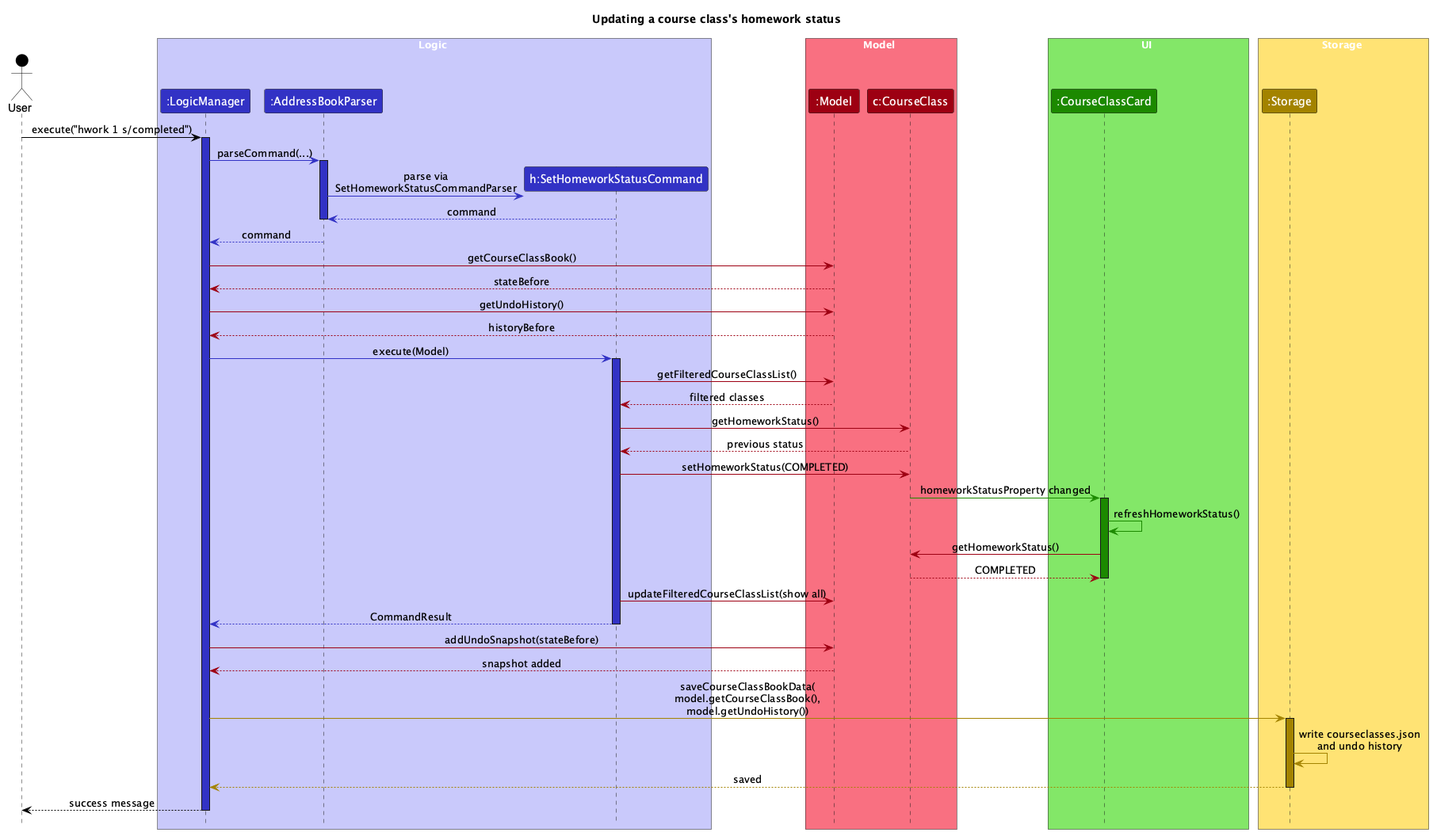
The PlantUML diagram docs/images/HomeworkStatusSequenceDiagram.png in AY2627S1-CS2103T-F10-2/tp, before a commit.
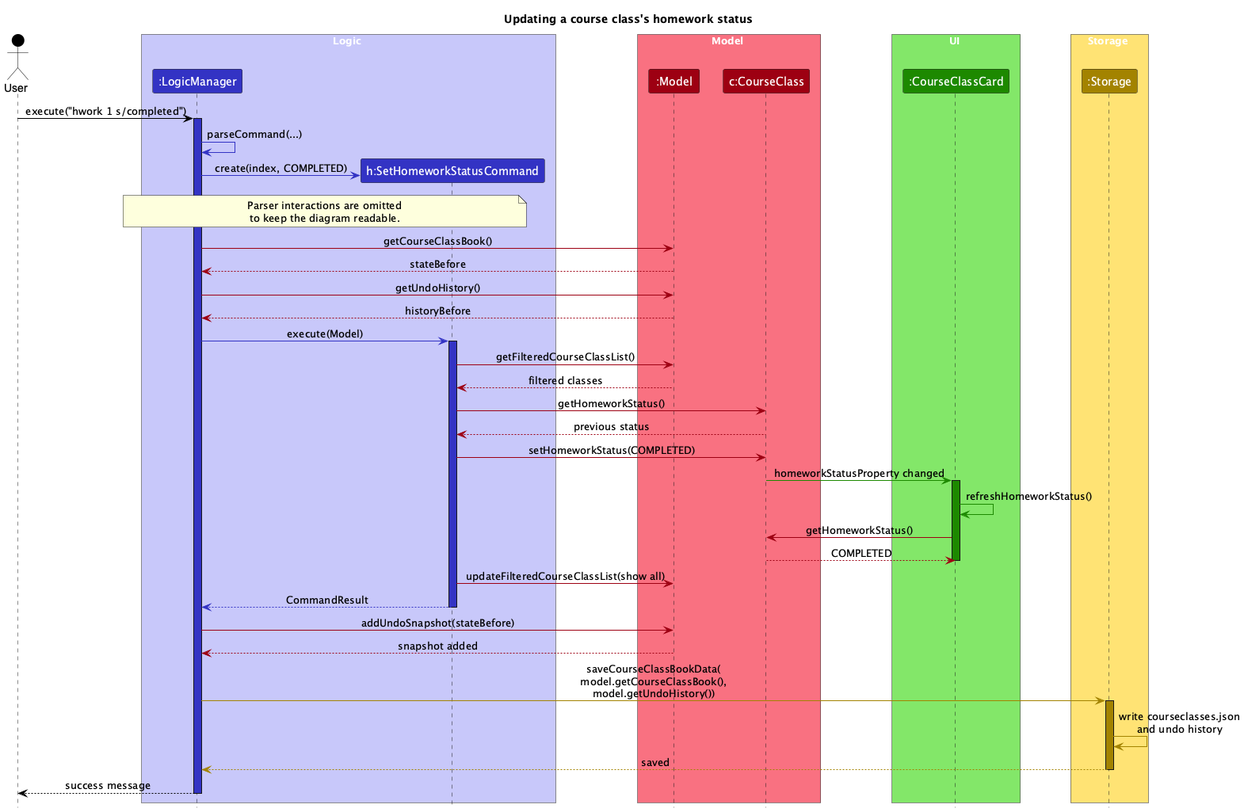
The same diagram one commit later.

Commit message:
docs: refine homework status sequence diagram

What changed in the source:
```diff
@@ -11,7 +11,6 @@
 
 box Logic LOGIC_COLOR_T1
 participant ":LogicManager" as LogicManager LOGIC_COLOR
-participant ":AddressBookParser" as AddressBookParser LOGIC_COLOR
 participant "h:SetHomeworkStatusCommand" as SetHomeworkStatusCommand LOGIC_COLOR
 end box
 
@@ -31,13 +30,13 @@
 user -[USER_COLOR]> LogicManager : execute("hwork 1 s/completed")
 activate LogicManager LOGIC_COLOR
 
-LogicManager -[LOGIC_COLOR]> AddressBookParser : parseCommand(...)
-activate AddressBookParser LOGIC_COLOR
+LogicManager -[LOGIC_COLOR]> LogicManager : parseCommand(...)
 create SetHomeworkStatusCommand
-AddressBookParser -[LOGIC_COLOR]> SetHomeworkStatusCommand : parse via\nSetHomeworkStatusCommandParser
-SetHomeworkStatusCommand -[LOGIC_COLOR]--> AddressBookParser : command
-deactivate AddressBookParser
-AddressBookParser -[LOGIC_COLOR]--> LogicManager : command
+LogicManager -[LOGIC_COLOR]> SetHomeworkStatusCommand : create(index, COMPLETED)
+note over LogicManager, SetHomeworkStatusCommand
+  Parser interactions are omitted
+  to keep the diagram readable.
+end note
 
 LogicManager -[MODEL_COLOR]> Model : getCourseClassBook()
 Model -[MODEL_COLOR]--> LogicManager : stateBefore
```
